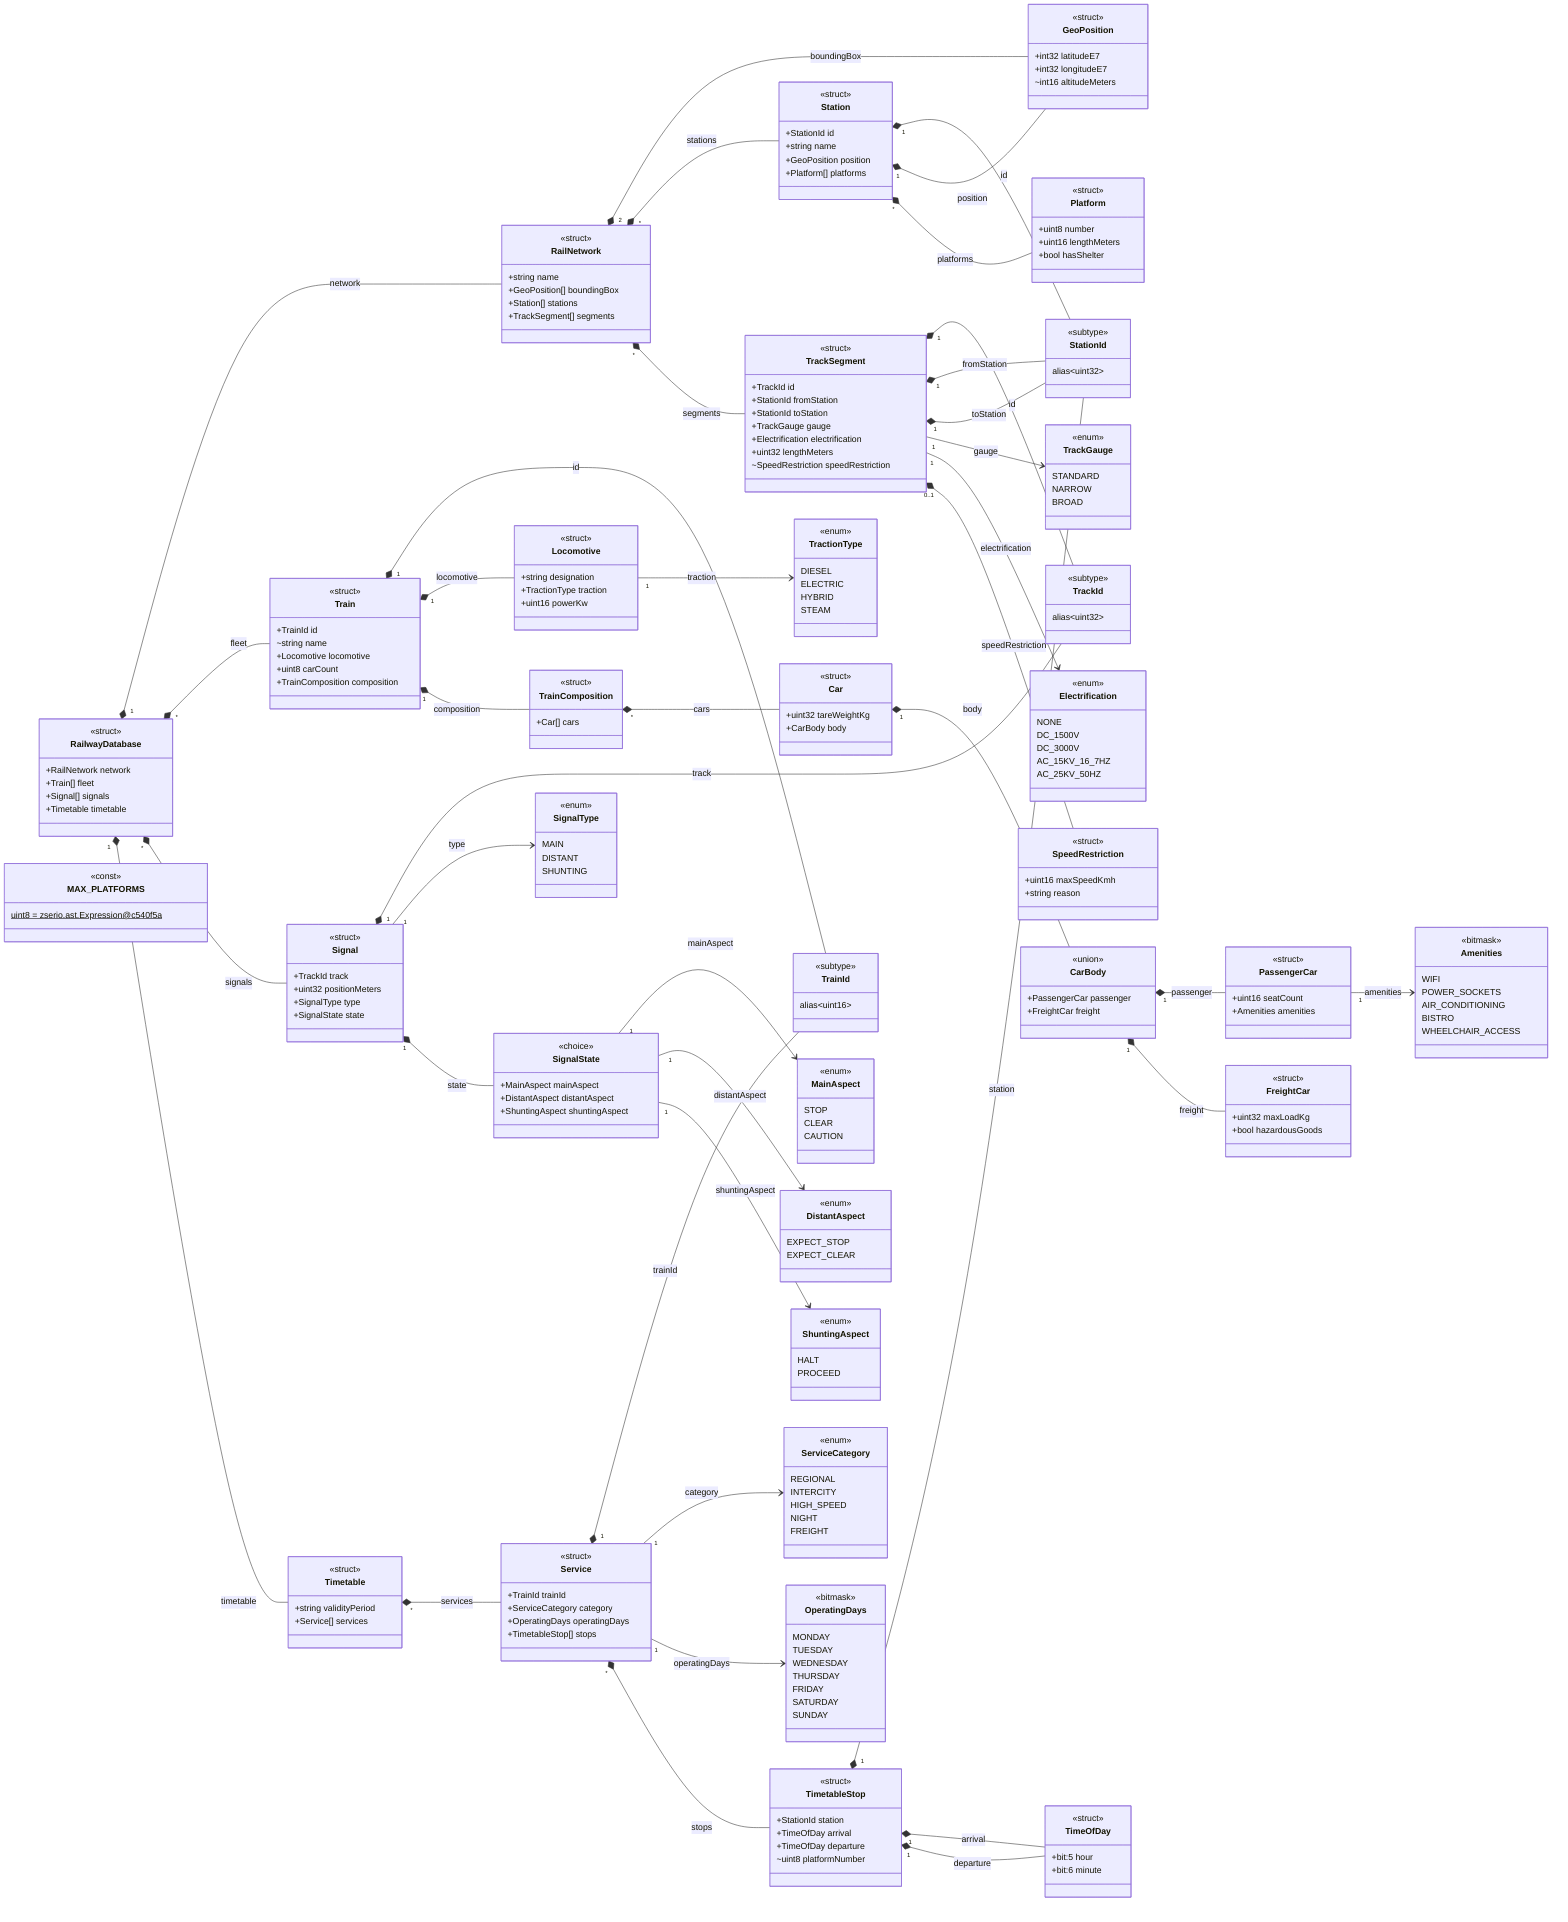
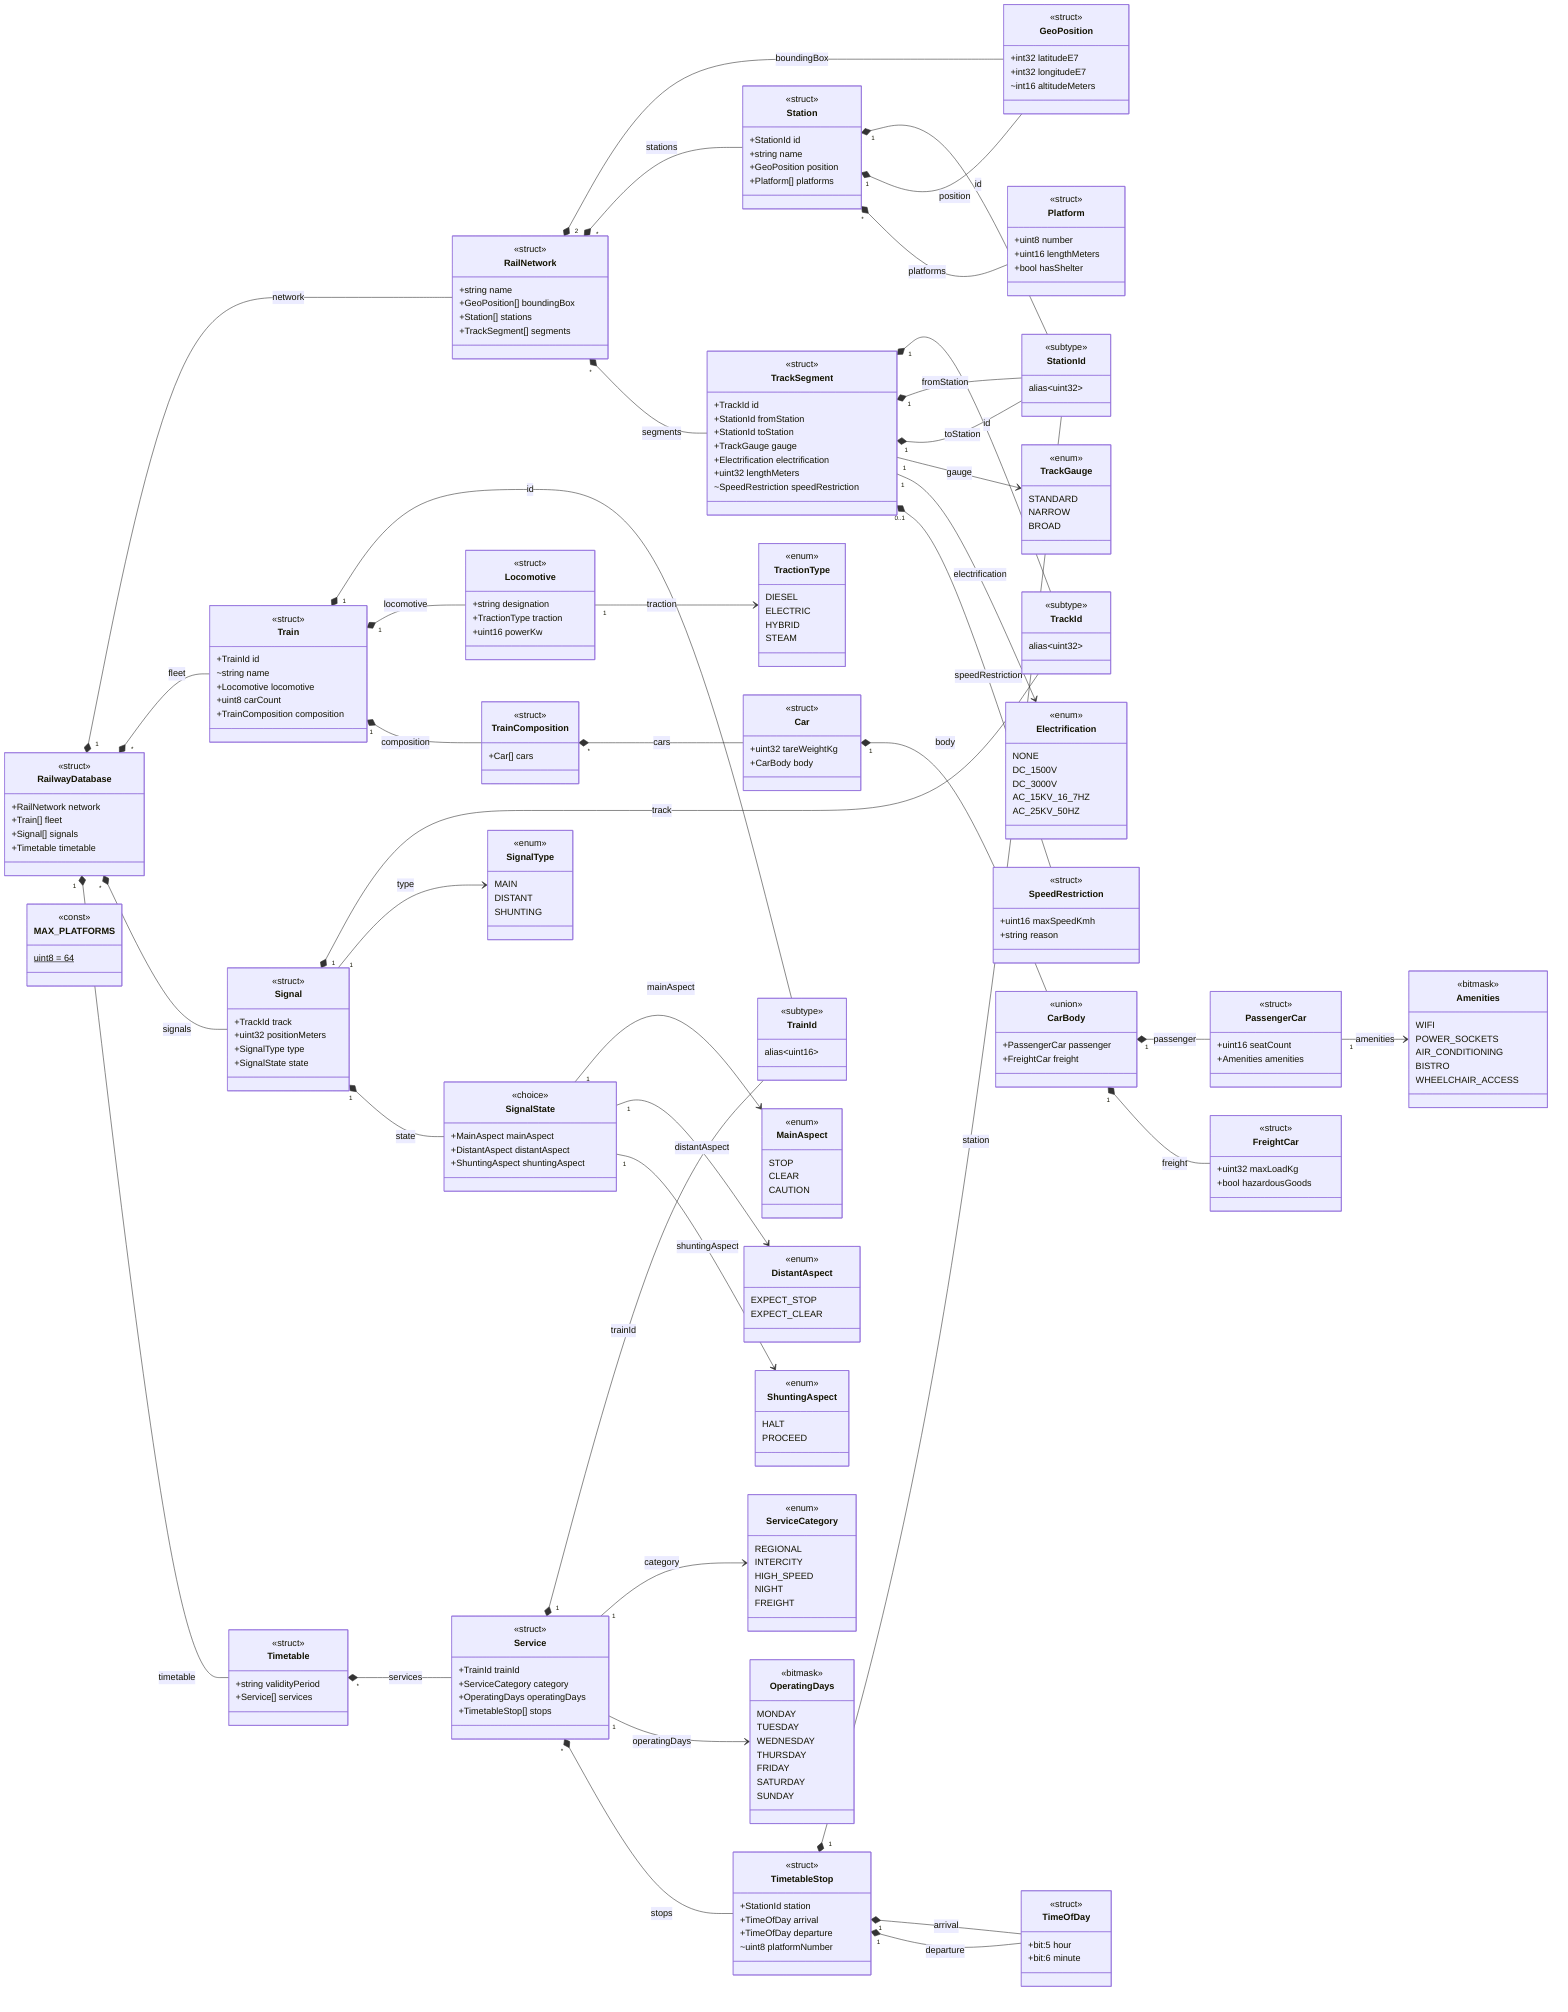
classDiagram
    %% Generated by zserio-diagram extension
    direction LR

    class RailwayDatabase {
        <<struct>>
        +RailNetwork network
        +Train[] fleet
        +Signal[] signals
        +Timetable timetable
    }

    class RailNetwork {
        <<struct>>
        +string name
        +GeoPosition[] boundingBox
        +Station[] stations
        +TrackSegment[] segments
    }

    class Station {
        <<struct>>
        +StationId id
        +string name
        +GeoPosition position
        +Platform[] platforms
    }

    class Platform {
        <<struct>>
        +uint8 number
        +uint16 lengthMeters
        +bool hasShelter
    }

    class TrackSegment {
        <<struct>>
        +TrackId id
        +StationId fromStation
        +StationId toStation
        +TrackGauge gauge
        +Electrification electrification
        +uint32 lengthMeters
        ~SpeedRestriction speedRestriction
    }

    class Electrification {
        <<enum>>
        NONE
        DC_1500V
        DC_3000V
        AC_15KV_16_7HZ
        AC_25KV_50HZ
    }

    class SpeedRestriction {
        <<struct>>
        +uint16 maxSpeedKmh
        +string reason
    }

    class StationId {
        <<subtype>>
        alias~uint32~
    }

    class TrackId {
        <<subtype>>
        alias~uint32~
    }

    class TrainId {
        <<subtype>>
        alias~uint16~
    }

    class MAX_PLATFORMS {
        <<const>>
-         uint8 = zserio.ast.Expression@c540f5a$
+         uint8 = 64$
    }

    class TrackGauge {
        <<enum>>
        STANDARD
        NARROW
        BROAD
    }

    class GeoPosition {
        <<struct>>
        +int32 latitudeE7
        +int32 longitudeE7
        ~int16 altitudeMeters
    }

    class TimeOfDay {
        <<struct>>
        +bit:5 hour
        +bit:6 minute
    }

    class Amenities {
        <<bitmask>>
        WIFI
        POWER_SOCKETS
        AIR_CONDITIONING
        BISTRO
        WHEELCHAIR_ACCESS
    }

    class TractionType {
        <<enum>>
        DIESEL
        ELECTRIC
        HYBRID
        STEAM
    }

    class Locomotive {
        <<struct>>
        +string designation
        +TractionType traction
        +uint16 powerKw
    }

    class PassengerCar {
        <<struct>>
        +uint16 seatCount
        +Amenities amenities
    }

    class FreightCar {
        <<struct>>
        +uint32 maxLoadKg
        +bool hazardousGoods
    }

    class CarBody {
        <<union>>
        +PassengerCar passenger
        +FreightCar freight
    }

    class Car {
        <<struct>>
        +uint32 tareWeightKg
        +CarBody body
    }

    class TrainComposition {
        <<struct>>
        +Car[] cars
    }

    class Train {
        <<struct>>
        +TrainId id
        ~string name
        +Locomotive locomotive
        +uint8 carCount
        +TrainComposition composition
    }

    class SignalType {
        <<enum>>
        MAIN
        DISTANT
        SHUNTING
    }

    class MainAspect {
        <<enum>>
        STOP
        CLEAR
        CAUTION
    }

    class DistantAspect {
        <<enum>>
        EXPECT_STOP
        EXPECT_CLEAR
    }

    class ShuntingAspect {
        <<enum>>
        HALT
        PROCEED
    }

    class SignalState {
        <<choice>>
        +MainAspect mainAspect
        +DistantAspect distantAspect
        +ShuntingAspect shuntingAspect
    }

    class Signal {
        <<struct>>
        +TrackId track
        +uint32 positionMeters
        +SignalType type
        +SignalState state
    }

    class OperatingDays {
        <<bitmask>>
        MONDAY
        TUESDAY
        WEDNESDAY
        THURSDAY
        FRIDAY
        SATURDAY
        SUNDAY
    }

    class ServiceCategory {
        <<enum>>
        REGIONAL
        INTERCITY
        HIGH_SPEED
        NIGHT
        FREIGHT
    }

    class Timetable {
        <<struct>>
        +string validityPeriod
        +Service[] services
    }

    class Service {
        <<struct>>
        +TrainId trainId
        +ServiceCategory category
        +OperatingDays operatingDays
        +TimetableStop[] stops
    }

    class TimetableStop {
        <<struct>>
        +StationId station
        +TimeOfDay arrival
        +TimeOfDay departure
        ~uint8 platformNumber
    }


    RailwayDatabase "1" *-- RailNetwork : network
    RailwayDatabase "*" *-- Train : fleet
    RailwayDatabase "*" *-- Signal : signals
    RailwayDatabase "1" *-- Timetable : timetable
    RailNetwork "2" *-- GeoPosition : boundingBox
    RailNetwork "*" *-- Station : stations
    RailNetwork "*" *-- TrackSegment : segments
    Station "1" *-- StationId : id
    Station "1" *-- GeoPosition : position
    Station "*" *-- Platform : platforms
    TrackSegment "1" *-- TrackId : id
    TrackSegment "1" *-- StationId : fromStation
    TrackSegment "1" *-- StationId : toStation
    TrackSegment "1" --> TrackGauge : gauge
    TrackSegment "1" --> Electrification : electrification
    TrackSegment "0..1" *-- SpeedRestriction : speedRestriction
    Locomotive "1" --> TractionType : traction
    PassengerCar "1" --> Amenities : amenities
    CarBody "1" *-- PassengerCar : passenger
    CarBody "1" *-- FreightCar : freight
    Car "1" *-- CarBody : body
    TrainComposition "*" *-- Car : cars
    Train "1" *-- TrainId : id
    Train "1" *-- Locomotive : locomotive
    Train "1" *-- TrainComposition : composition
    SignalState "1" --> MainAspect : mainAspect
    SignalState "1" --> DistantAspect : distantAspect
    SignalState "1" --> ShuntingAspect : shuntingAspect
    Signal "1" *-- TrackId : track
    Signal "1" --> SignalType : type
    Signal "1" *-- SignalState : state
    Timetable "*" *-- Service : services
    Service "1" *-- TrainId : trainId
    Service "1" --> ServiceCategory : category
    Service "1" --> OperatingDays : operatingDays
    Service "*" *-- TimetableStop : stops
    TimetableStop "1" *-- StationId : station
    TimetableStop "1" *-- TimeOfDay : arrival
    TimetableStop "1" *-- TimeOfDay : departure
